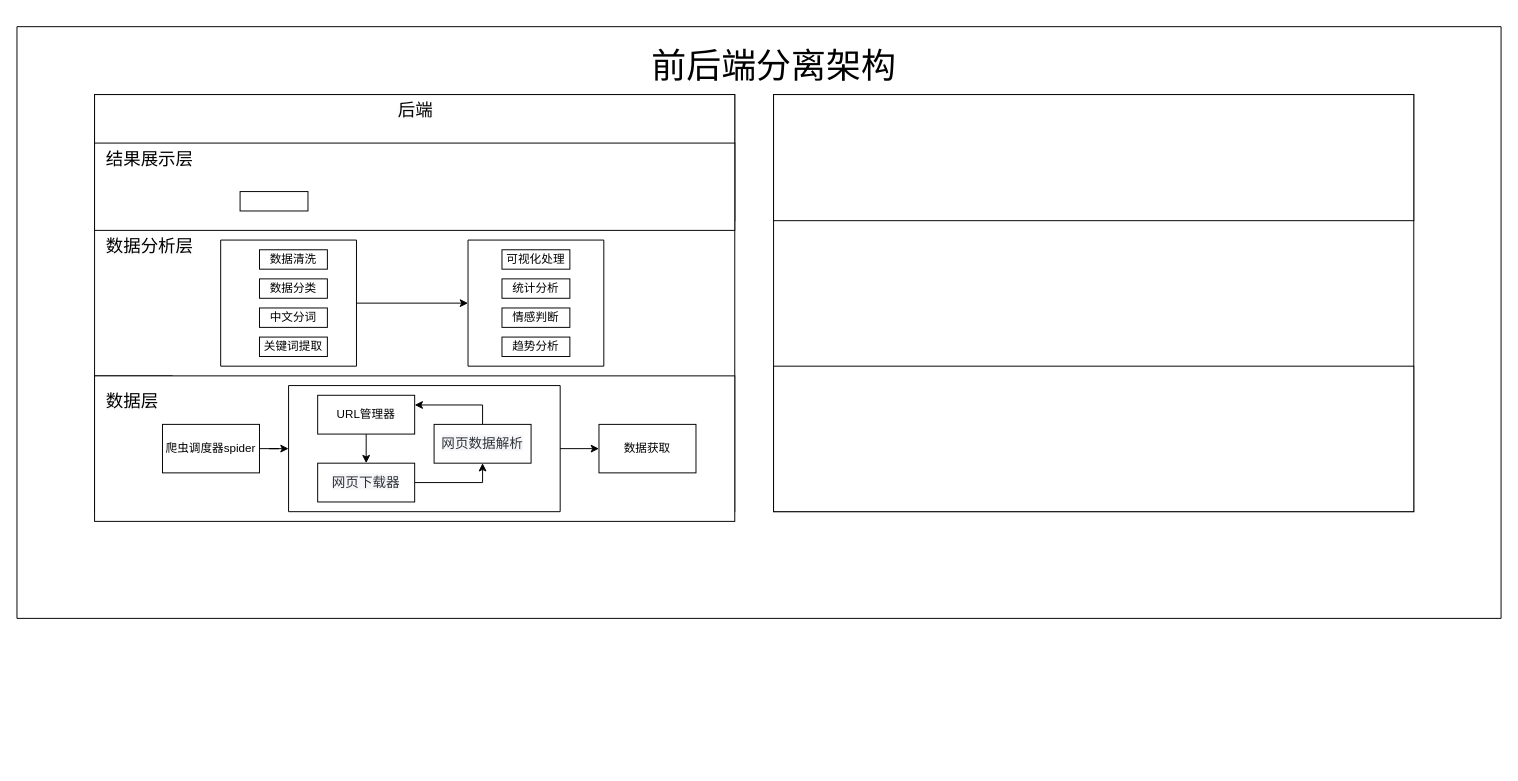
Before: PIL图片处理/未命名绘图.drawio in SWE20040/python-, a draw.io diagram. Source tidied: cells renumbered, new cells numbered last; positions are measured from the earlier drawing's top-left corner, leaving out a move shared by most shapes. Both pictures are drawn from the tidied source at 97%, with x=0, y=0 at pixel (16, 26).
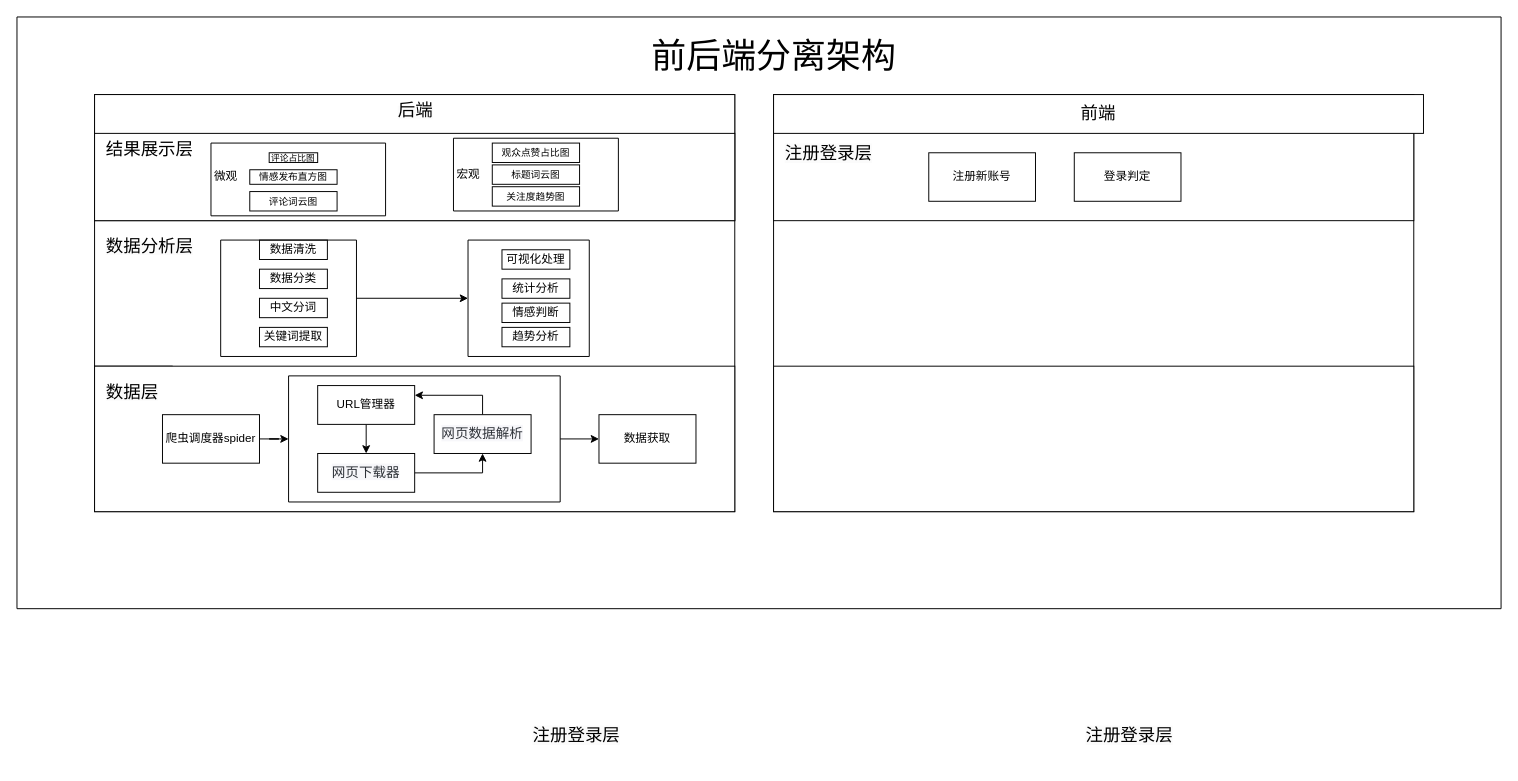
The same diagram, later.

Commit message:
系统架构图2.drawio

Change to the diagram source:
```diff
@@
     <mxCell id="9" style="swimlane;startSize=0;" parent="1" vertex="1">
-      <mxGeometry width="1530" height="610" as="geometry" />
+      <mxGeometry y="-10" width="1530" height="610" as="geometry" />
     </mxCell>
@@
+    <mxCell id="39" value="&lt;span style=&quot;font-size: 10px;&quot;&gt;评论词云图&lt;/span&gt;" style="rounded=0;whiteSpace=wrap;html=1;" parent="9" vertex="1">
+      <mxGeometry x="240" y="180" width="90" height="20" as="geometry" />
+    </mxCell>
+    <mxCell id="40" value="&lt;span style=&quot;font-size: 10px;&quot;&gt;观众点赞占比图&lt;/span&gt;" style="rounded=0;whiteSpace=wrap;html=1;" parent="9" vertex="1">
+      <mxGeometry x="490" y="130" width="90" height="20" as="geometry" />
+    </mxCell>
+    <mxCell id="41" value="&lt;span style=&quot;font-size: 10px;&quot;&gt;标题词云图&lt;/span&gt;" style="rounded=0;whiteSpace=wrap;html=1;" parent="9" vertex="1">
+      <mxGeometry x="490" y="152.5" width="90" height="20" as="geometry" />
+    </mxCell>
+    <mxCell id="42" value="&lt;span style=&quot;font-size: 10px;&quot;&gt;关注度趋势图&lt;/span&gt;" style="rounded=0;whiteSpace=wrap;html=1;" parent="9" vertex="1">
+      <mxGeometry x="490" y="175" width="90" height="20" as="geometry" />
+    </mxCell>
+    <mxCell id="43" style="swimlane;startSize=0;" parent="9" vertex="1">
+      <mxGeometry x="200" y="130" width="180" height="75" as="geometry" />
+    </mxCell>
+    <mxCell id="44" value="&lt;font style=&quot;font-size: 10px;&quot;&gt;情感发布直方图&lt;/font&gt;" style="rounded=0;whiteSpace=wrap;html=1;" parent="43" vertex="1">
+      <mxGeometry x="40" y="27.5" width="90" height="15" as="geometry" />
+    </mxCell>
+    <mxCell id="45" value="微观" style="text;html=1;align=center;verticalAlign=middle;strokeColor=none;fillColor=none;" parent="43" vertex="1">
+      <mxGeometry x="-10" y="20" width="50" height="30" as="geometry" />
+    </mxCell>
+    <mxCell id="46" style="swimlane;startSize=0;" parent="9" vertex="1">
+      <mxGeometry x="450" y="125" width="170" height="75" as="geometry" />
+    </mxCell>
+    <mxCell id="47" value="宏观" style="text;html=1;align=center;verticalAlign=middle;strokeColor=none;fillColor=none;" parent="46" vertex="1">
+      <mxGeometry x="-10" y="22.5" width="50" height="30" as="geometry" />
+    </mxCell>
-    <mxCell id="31" style="rounded=0;whiteSpace=wrap;html=1;" parent="9" vertex="1">
-      <mxGeometry x="230" y="170" width="70" height="20" as="geometry" />
+    <mxCell id="31" value="&lt;font style=&quot;font-size: 9px;&quot;&gt;评论占比图&lt;/font&gt;" style="rounded=0;whiteSpace=wrap;html=1;" parent="9" vertex="1">
+      <mxGeometry x="260" y="140" width="50" height="10" as="geometry" />
     </mxCell>
+    <mxCell id="48" value="登录判定" style="rounded=0;whiteSpace=wrap;html=1;" parent="9" vertex="1">
+      <mxGeometry x="1090" y="140" width="110" height="50" as="geometry" />
+    </mxCell>
@@
     <mxCell id="33" style="swimlane;startSize=0;" parent="1" vertex="1">
-      <mxGeometry x="210" y="220" width="140" height="130" as="geometry" />
+      <mxGeometry x="210" y="220" width="140" height="120" as="geometry" />
     </mxCell>
@@
     <mxCell id="36" value="情感判断" style="rounded=0;whiteSpace=wrap;html=1;" parent="1" vertex="1">
-      <mxGeometry x="500" y="290" width="70" height="20" as="geometry" />
+      <mxGeometry x="500" y="285" width="70" height="20" as="geometry" />
     </mxCell>
     <mxCell id="37" value="趋势分析" style="rounded=0;whiteSpace=wrap;html=1;" parent="1" vertex="1">
-      <mxGeometry x="500" y="320" width="70" height="20" as="geometry" />
+      <mxGeometry x="500" y="310" width="70" height="20" as="geometry" />
     </mxCell>
     <mxCell id="38" style="swimlane;startSize=0;" parent="1" vertex="1">
-      <mxGeometry x="465" y="220" width="140" height="130" as="geometry" />
+      <mxGeometry x="465" y="220" width="125" height="120" as="geometry" />
     </mxCell>
+    <mxCell id="49" value="&lt;font style=&quot;font-size: 18px;&quot;&gt;前端&lt;/font&gt;" style="rounded=0;whiteSpace=wrap;html=1;" parent="1" vertex="1">
+      <mxGeometry x="780" y="70" width="670" height="40" as="geometry" />
+    </mxCell>
+    <mxCell id="50" value="&lt;br style=&quot;forced-color-adjust: none; color: rgb(0, 0, 0); font-family: Helvetica; font-size: 12px; font-style: normal; font-variant-ligatures: normal; font-variant-caps: normal; font-weight: 400; letter-spacing: normal; orphans: 2; text-align: center; text-indent: 0px; text-transform: none; widows: 2; word-spacing: 0px; -webkit-text-stroke-width: 0px; white-space: normal; background-color: rgb(251, 251, 251); text-decoration-thickness: initial; text-decoration-style: initial; text-decoration-color: initial;&quot;&gt;&lt;span style=&quot;forced-color-adjust: none; color: rgb(0, 0, 0); font-family: Helvetica; font-style: normal; font-variant-ligatures: normal; font-variant-caps: normal; font-weight: 400; letter-spacing: normal; orphans: 2; text-align: center; text-indent: 0px; text-transform: none; widows: 2; word-spacing: 0px; -webkit-text-stroke-width: 0px; white-space: normal; text-decoration-thickness: initial; text-decoration-style: initial; text-decoration-color: initial; font-size: 18px; background-color: rgb(251, 251, 251); float: none; display: inline !important;&quot;&gt;注册登录层&lt;/span&gt;" style="text;whiteSpace=wrap;html=1;" parent="1" vertex="1">
+      <mxGeometry x="790" y="100" width="120" height="60" as="geometry" />
+    </mxCell>
+    <mxCell id="51" value="&lt;br style=&quot;forced-color-adjust: none; color: rgb(0, 0, 0); font-family: Helvetica; font-size: 12px; font-style: normal; font-variant-ligatures: normal; font-variant-caps: normal; font-weight: 400; letter-spacing: normal; orphans: 2; text-align: center; text-indent: 0px; text-transform: none; widows: 2; word-spacing: 0px; -webkit-text-stroke-width: 0px; white-space: normal; background-color: rgb(251, 251, 251); text-decoration-thickness: initial; text-decoration-style: initial; text-decoration-color: initial;&quot;&gt;&lt;span style=&quot;forced-color-adjust: none; color: rgb(0, 0, 0); font-family: Helvetica; font-style: normal; font-variant-ligatures: normal; font-variant-caps: normal; font-weight: 400; letter-spacing: normal; orphans: 2; text-align: center; text-indent: 0px; text-transform: none; widows: 2; word-spacing: 0px; -webkit-text-stroke-width: 0px; white-space: normal; text-decoration-thickness: initial; text-decoration-style: initial; text-decoration-color: initial; font-size: 18px; background-color: rgb(251, 251, 251); float: none; display: inline !important;&quot;&gt;注册登录层&lt;/span&gt;" style="text;whiteSpace=wrap;html=1;" parent="1" vertex="1">
+      <mxGeometry x="530" y="700" width="120" height="60" as="geometry" />
+    </mxCell>
+    <mxCell id="52" value="&lt;br style=&quot;forced-color-adjust: none; color: rgb(0, 0, 0); font-family: Helvetica; font-size: 12px; font-style: normal; font-variant-ligatures: normal; font-variant-caps: normal; font-weight: 400; letter-spacing: normal; orphans: 2; text-align: center; text-indent: 0px; text-transform: none; widows: 2; word-spacing: 0px; -webkit-text-stroke-width: 0px; white-space: normal; background-color: rgb(251, 251, 251); text-decoration-thickness: initial; text-decoration-style: initial; text-decoration-color: initial;&quot;&gt;&lt;span style=&quot;forced-color-adjust: none; color: rgb(0, 0, 0); font-family: Helvetica; font-style: normal; font-variant-ligatures: normal; font-variant-caps: normal; font-weight: 400; letter-spacing: normal; orphans: 2; text-align: center; text-indent: 0px; text-transform: none; widows: 2; word-spacing: 0px; -webkit-text-stroke-width: 0px; white-space: normal; text-decoration-thickness: initial; text-decoration-style: initial; text-decoration-color: initial; font-size: 18px; background-color: rgb(251, 251, 251); float: none; display: inline !important;&quot;&gt;注册登录层&lt;/span&gt;" style="text;whiteSpace=wrap;html=1;" parent="1" vertex="1">
+      <mxGeometry x="1100" y="700" width="120" height="60" as="geometry" />
+    </mxCell>
+    <mxCell id="53" value="注册新账号" style="rounded=0;whiteSpace=wrap;html=1;" parent="1" vertex="1">
+      <mxGeometry x="940" y="130" width="110" height="50" as="geometry" />
+    </mxCell>
```
